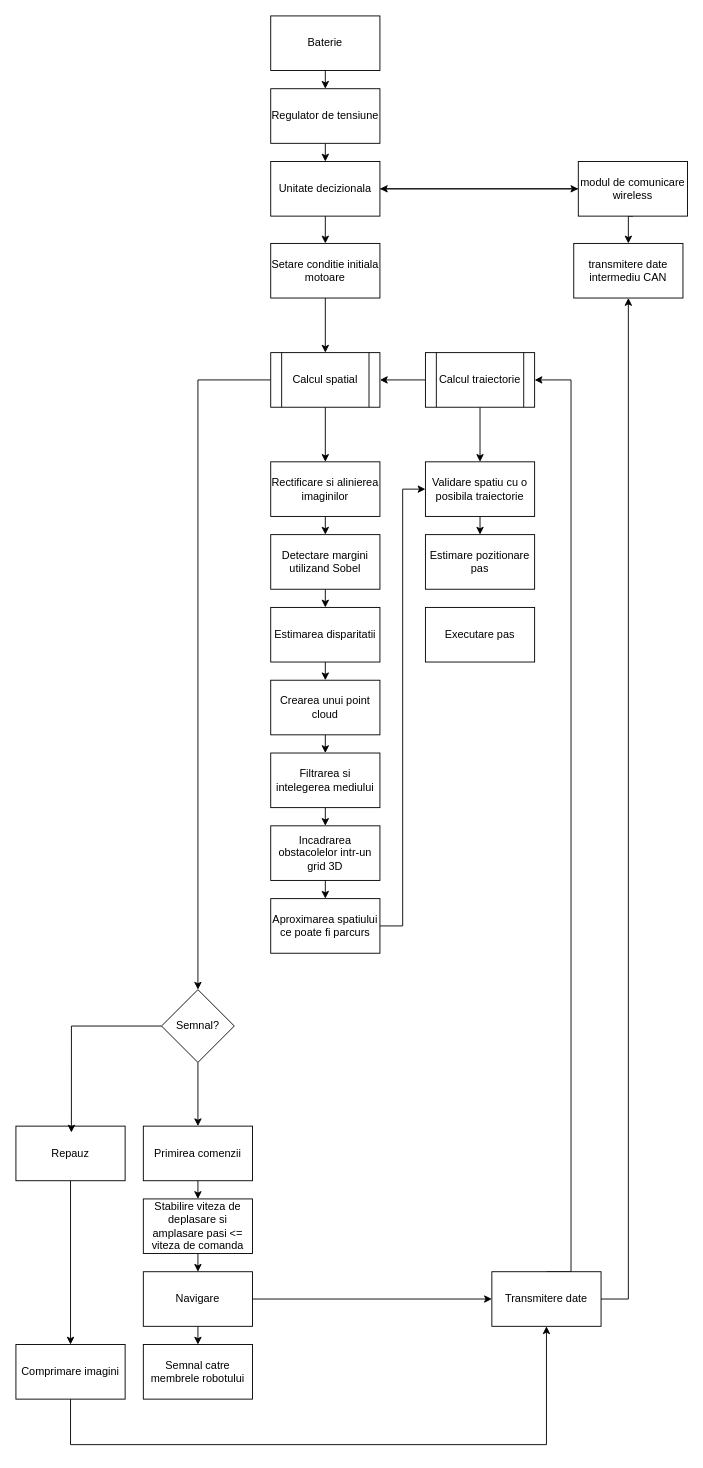
Earlier version of the draw.io diagram schema-concept.drawio (PumpKPie/quadruped-development). Source tidied: cells renumbered, new cells numbered last; positions are measured from the earlier drawing's top-left corner, leaving out a move shared by most shapes. Both pictures are drawn from the tidied source at 91%, with x=0, y=0 at pixel (15, 15).
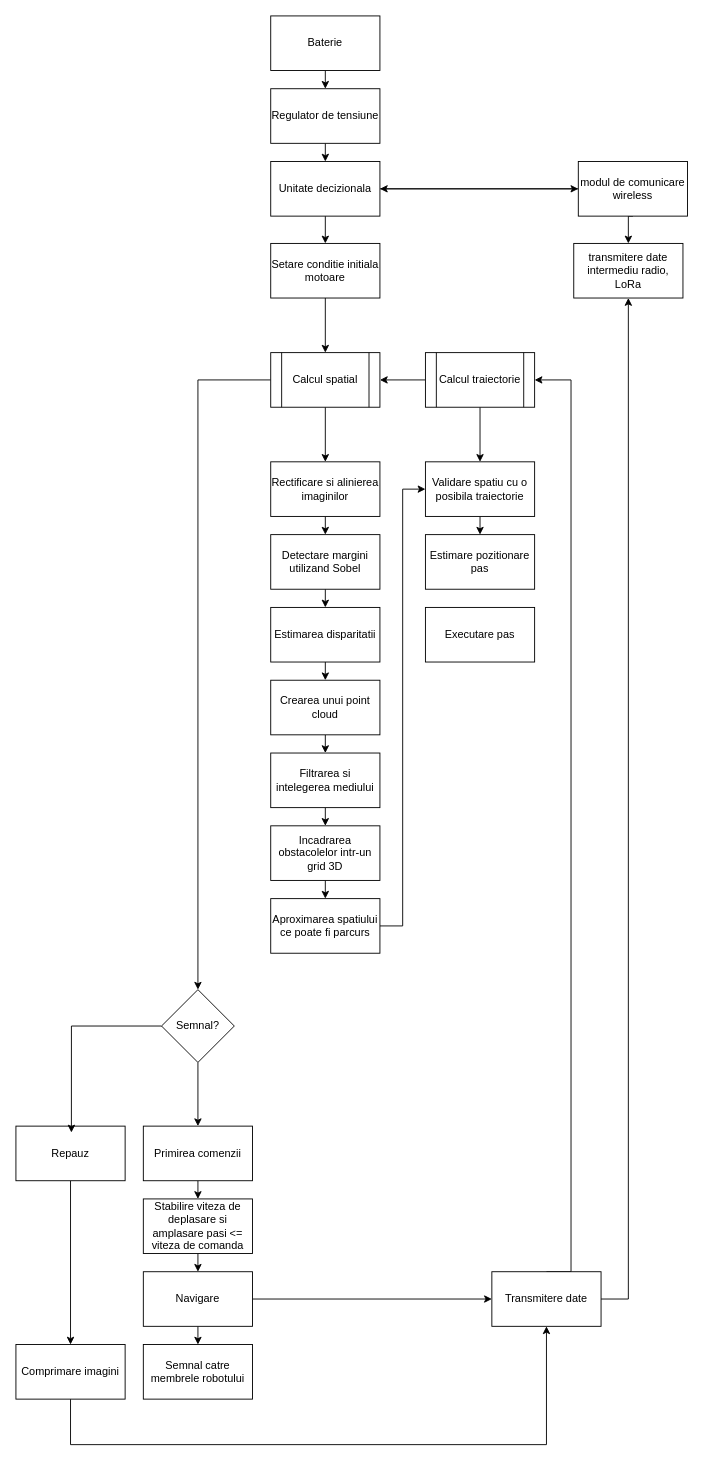
Above is the later version.

The edit, as a diff of the source:
```diff
@@
-    <mxCell id="39" value="transmitere date intermediu CAN" style="rounded=0;whiteSpace=wrap;html=1;" parent="1" vertex="1">
+    <mxCell id="39" value="transmitere date intermediu radio, LoRa" style="rounded=0;whiteSpace=wrap;html=1;" parent="1" vertex="1">
       <mxGeometry x="613" y="250" width="120" height="60" as="geometry" />
     </mxCell>
```
